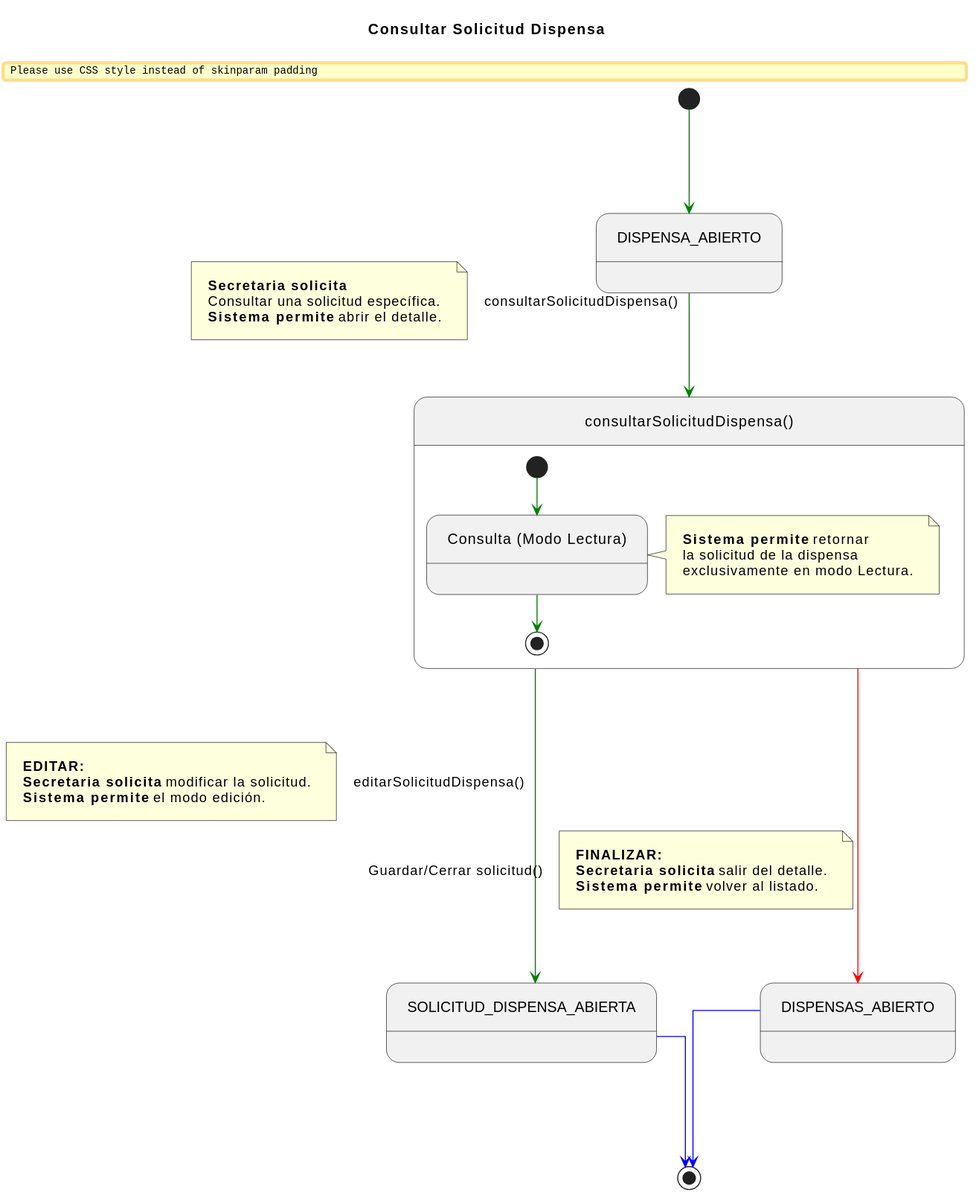
enmabry/25-26-IdSw1-SdR keeps this PlantUML diagram as documents/CasosDeUso/DetalladoCasosDeUso/Secretaria/consultarSolicitudDispensa.svg. Above is the earlier version.
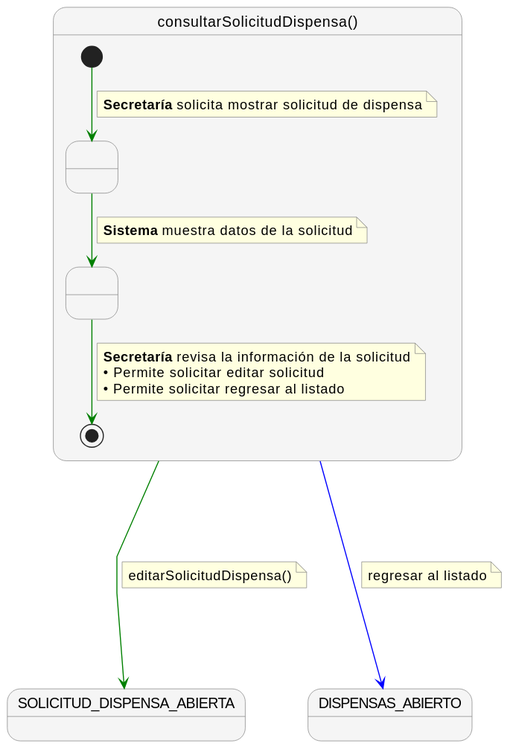
The same file after the commit.

What changed in the source:
```diff
@@ -1,53 +1,45 @@
 @startuml
-title Consultar Solicitud Dispensa
+skinparam nodesep 60
+skinparam ranksep 60
+skinparam linetype polyline
+skinparam NoteBackgroundColor lightyellow
+skinparam NoteBorderColor gray
+skinparam StateBackgroundColor #F5F5F5
+skinparam StateBorderColor gray
 
-skinparam nodesep 100
-skinparam ranksep 100
-skinparam linetype ortho
-skinparam Padding 10
+state "consultarSolicitudDispensa()" as consultarSolicitudDispensa {
 
-state DISPENSA_ABIERTO_INICIAL  as "DISPENSA_ABIERTO"
-state CONSULTAR_DISPENSA_COMP   as "consultarSolicitudDispensa()"
-state SOLICITUD_DISPENSA_EDITAR as "SOLICITUD_DISPENSA_ABIERTA"
-state DISPENSAS_ABIERTO_FINAL   as "DISPENSAS_ABIERTO"
+    state " " as Paso1
+    state " " as Paso2
 
-[*] -[#green]-> DISPENSA_ABIERTO_INICIAL
+    [*] -[#green]-> Paso1
+    note on link
+      <b>Secretaría</b> solicita mostrar solicitud de dispensa
+    end note
 
-DISPENSA_ABIERTO_INICIAL -[#green]-> CONSULTAR_DISPENSA_COMP : consultarSolicitudDispensa()
-note left on link
-    <b>Secretaria solicita</b>
-    Consultar una solicitud específica.
-    <b>Sistema permite</b> abrir el detalle.
+    Paso1 -[#green]-> Paso2
+    note on link
+      <b>Sistema</b> muestra datos de la solicitud
+    end note
+
+    Paso2 -[#green]-> [*]
+    note on link
+      <b>Secretaría</b> revisa la información de la solicitud
+      • Permite solicitar editar solicitud
+      • Permite solicitar regresar al listado
+    end note
+}
+
+state "SOLICITUD_DISPENSA_ABIERTA" as SOLICITUD_DISPENSA_ABIERTA
+state "DISPENSAS_ABIERTO" as DISPENSAS_ABIERTO
+
+consultarSolicitudDispensa -[#green]---> SOLICITUD_DISPENSA_ABIERTA
+note right on link
+  editarSolicitudDispensa()
 end note
 
-state CONSULTAR_DISPENSA_COMP {
-    state ConsultarSolicitud as "Consulta (Modo Lectura)"
-
-    [*] -[#green]-> ConsultarSolicitud
-
-    note right of ConsultarSolicitud
-        <b>Sistema permite</b> retornar
-        la solicitud de la dispensa
-        exclusivamente en modo Lectura.
-    end note
-
-    ConsultarSolicitud -[#green]-> [*]
-}
-
-CONSULTAR_DISPENSA_COMP -[#green]---> SOLICITUD_DISPENSA_EDITAR : editarSolicitudDispensa()
-note left on link
-    <b>EDITAR:</b>
-    <b>Secretaria solicita</b> modificar la solicitud.
-    <b>Sistema permite</b> el modo edición.
+consultarSolicitudDispensa -[#blue]---> DISPENSAS_ABIERTO
+note right on link
+  regresar al listado
 end note
-
-CONSULTAR_DISPENSA_COMP -[#red]---> DISPENSAS_ABIERTO_FINAL : Guardar/Cerrar solicitud()
-note right on link
-    <b>FINALIZAR:</b>
-    <b>Secretaria solicita</b> salir del detalle.
-    <b>Sistema permite</b> volver al listado.
-end note
-
-SOLICITUD_DISPENSA_EDITAR -[#blue]-> [*]
-DISPENSAS_ABIERTO_FINAL -[#blue]-> [*]
 @enduml
```
